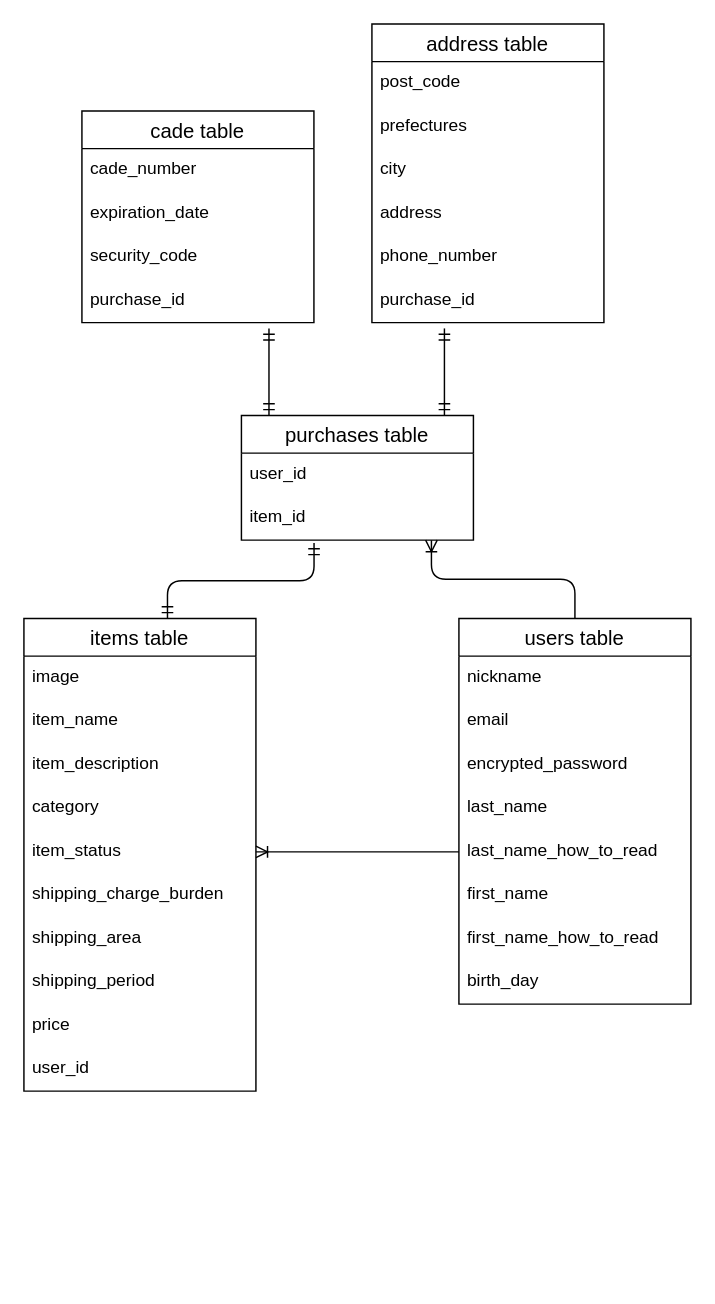
This is furima.dio from KikuchiFumiyasu/furima-34817, a draw.io file, before an edit. Source tidied: cells renumbered, new cells numbered last; positions are measured from the earlier drawing's top-left corner, leaving out a move shared by most shapes. Both pictures are drawn from the tidied source at 145%, with x=0, y=0 at pixel (23, 23).
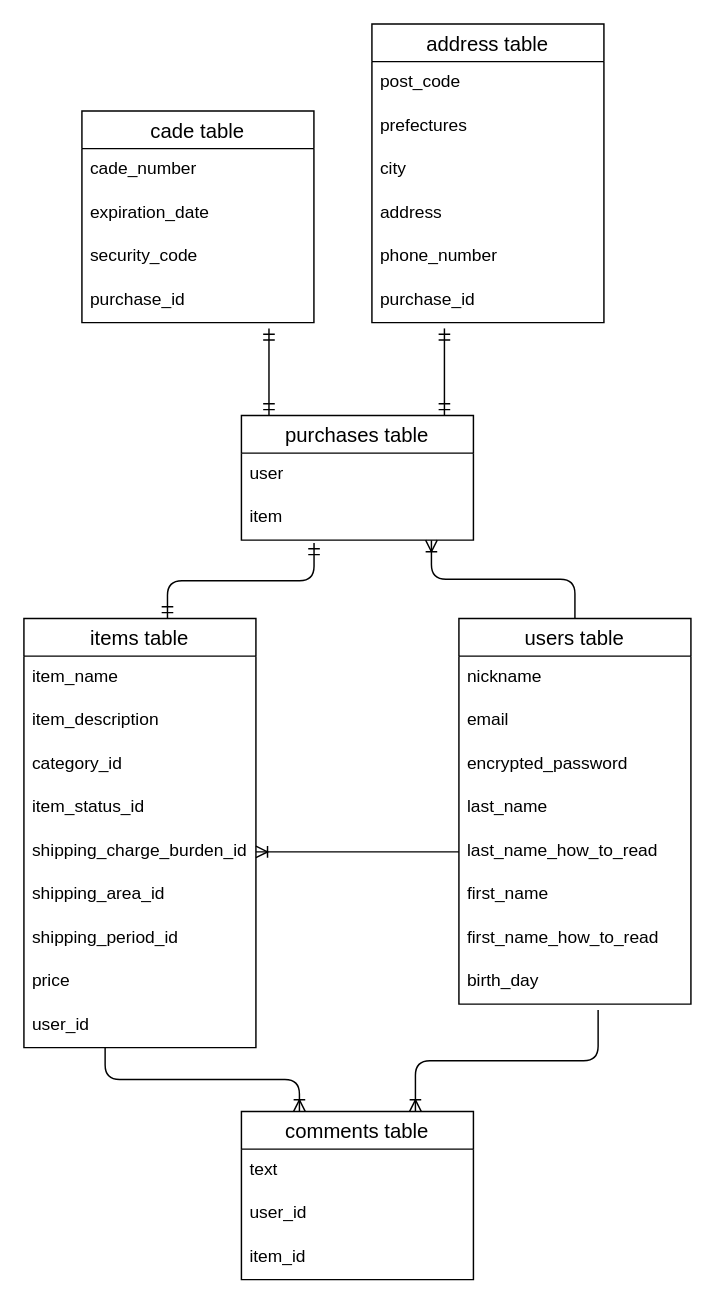
After the change.

Commit message (it also covers changes not shown here):
データベース再再修正

Unchanged cells that the change refers to:
```xml
<mxCell id="7" value="last_name_how_to_read" style="text;strokeColor=none;fillColor=none;spacingLeft=4;spacingRight=4;overflow=hidden;points=[[0,0.5],[1,0.5]];portConstraint=eastwest;fontSize=12;" parent="2" vertex="1">
  <mxGeometry y="146" width="160" height="30" as="geometry" />
</mxCell>
<mxCell id="34" value="purchases table" style="swimlane;fontStyle=0;horizontal=1;startSize=26;align=center;fontSize=14;" parent="1" vertex="1">
  <mxGeometry x="150" y="270" width="160" height="86" as="geometry" />
</mxCell>
```

The edit, as a diff of the source:
```diff
@@
     <mxCell id="11" value="items table" style="swimlane;fontStyle=0;horizontal=1;startSize=26;align=center;fontSize=14;" parent="1" vertex="1">
-      <mxGeometry y="410" width="160" height="326" as="geometry" />
+      <mxGeometry y="410" width="160" height="296" as="geometry" />
     </mxCell>
-    <mxCell id="12" value="image" style="text;strokeColor=none;fillColor=none;spacingLeft=4;spacingRight=4;overflow=hidden;fontSize=12;" parent="11" vertex="1">
-      <mxGeometry y="26" width="160" height="30" as="geometry" />
-    </mxCell>
     <mxCell id="13" value="item_name" style="text;strokeColor=none;fillColor=none;spacingLeft=4;spacingRight=4;overflow=hidden;fontSize=12;" parent="11" vertex="1">
-      <mxGeometry y="56" width="160" height="30" as="geometry" />
+      <mxGeometry y="26" width="160" height="30" as="geometry" />
     </mxCell>
     <mxCell id="14" value="item_description" style="text;strokeColor=none;fillColor=none;spacingLeft=4;spacingRight=4;overflow=hidden;fontSize=12;" parent="11" vertex="1">
-      <mxGeometry y="86" width="160" height="30" as="geometry" />
+      <mxGeometry y="56" width="160" height="30" as="geometry" />
     </mxCell>
-    <mxCell id="15" value="category" style="text;strokeColor=none;fillColor=none;spacingLeft=4;spacingRight=4;overflow=hidden;fontSize=12;" parent="11" vertex="1">
-      <mxGeometry y="116" width="160" height="30" as="geometry" />
+    <mxCell id="15" value="category_id" style="text;strokeColor=none;fillColor=none;spacingLeft=4;spacingRight=4;overflow=hidden;fontSize=12;" parent="11" vertex="1">
+      <mxGeometry y="86" width="160" height="30" as="geometry" />
     </mxCell>
-    <mxCell id="16" value="item_status" style="text;strokeColor=none;fillColor=none;spacingLeft=4;spacingRight=4;overflow=hidden;points=[[0,0.5],[1,0.5]];portConstraint=eastwest;fontSize=12;" parent="11" vertex="1">
-      <mxGeometry y="146" width="160" height="30" as="geometry" />
+    <mxCell id="16" value="item_status_id" style="text;strokeColor=none;fillColor=none;spacingLeft=4;spacingRight=4;overflow=hidden;points=[[0,0.5],[1,0.5]];portConstraint=eastwest;fontSize=12;" parent="11" vertex="1">
+      <mxGeometry y="116" width="160" height="30" as="geometry" />
     </mxCell>
-    <mxCell id="17" value="shipping_charge_burden" style="text;strokeColor=none;fillColor=none;spacingLeft=4;spacingRight=4;overflow=hidden;points=[[0,0.5],[1,0.5]];portConstraint=eastwest;fontSize=12;" parent="11" vertex="1">
-      <mxGeometry y="176" width="160" height="30" as="geometry" />
+    <mxCell id="17" value="shipping_charge_burden_id" style="text;strokeColor=none;fillColor=none;spacingLeft=4;spacingRight=4;overflow=hidden;points=[[0,0.5],[1,0.5]];portConstraint=eastwest;fontSize=12;" parent="11" vertex="1">
+      <mxGeometry y="146" width="160" height="30" as="geometry" />
     </mxCell>
-    <mxCell id="18" value="shipping_area" style="text;strokeColor=none;fillColor=none;spacingLeft=4;spacingRight=4;overflow=hidden;fontSize=12;" parent="11" vertex="1">
-      <mxGeometry y="206" width="160" height="30" as="geometry" />
+    <mxCell id="18" value="shipping_area_id" style="text;strokeColor=none;fillColor=none;spacingLeft=4;spacingRight=4;overflow=hidden;fontSize=12;" parent="11" vertex="1">
+      <mxGeometry y="176" width="160" height="30" as="geometry" />
     </mxCell>
-    <mxCell id="19" value="shipping_period" style="text;strokeColor=none;fillColor=none;spacingLeft=4;spacingRight=4;overflow=hidden;fontSize=12;" parent="11" vertex="1">
-      <mxGeometry y="236" width="160" height="30" as="geometry" />
+    <mxCell id="19" value="shipping_period_id" style="text;strokeColor=none;fillColor=none;spacingLeft=4;spacingRight=4;overflow=hidden;fontSize=12;" parent="11" vertex="1">
+      <mxGeometry y="206" width="160" height="30" as="geometry" />
     </mxCell>
     <mxCell id="20" value="price" style="text;strokeColor=none;fillColor=none;spacingLeft=4;spacingRight=4;overflow=hidden;fontSize=12;" parent="11" vertex="1">
-      <mxGeometry y="266" width="160" height="30" as="geometry" />
+      <mxGeometry y="236" width="160" height="30" as="geometry" />
     </mxCell>
     <mxCell id="21" value="user_id" style="text;strokeColor=none;fillColor=none;spacingLeft=4;spacingRight=4;overflow=hidden;fontSize=12;" parent="11" vertex="1">
-      <mxGeometry y="296" width="160" height="30" as="geometry" />
+      <mxGeometry y="266" width="160" height="30" as="geometry" />
     </mxCell>
@@
-    <mxCell id="35" value="user_id" style="text;strokeColor=none;fillColor=none;spacingLeft=4;spacingRight=4;overflow=hidden;fontSize=12;" parent="34" vertex="1">
+    <mxCell id="35" value="user" style="text;strokeColor=none;fillColor=none;spacingLeft=4;spacingRight=4;overflow=hidden;fontSize=12;" parent="34" vertex="1">
       <mxGeometry y="26" width="160" height="30" as="geometry" />
     </mxCell>
-    <mxCell id="36" value="item_id" style="text;strokeColor=none;fillColor=none;spacingLeft=4;spacingRight=4;overflow=hidden;points=[[0,0.5],[1,0.5]];portConstraint=eastwest;fontSize=12;" parent="34" vertex="1">
+    <mxCell id="36" value="item" style="text;strokeColor=none;fillColor=none;spacingLeft=4;spacingRight=4;overflow=hidden;points=[[0,0.5],[1,0.5]];portConstraint=eastwest;fontSize=12;" parent="34" vertex="1">
       <mxGeometry y="56" width="160" height="30" as="geometry" />
     </mxCell>
-    <mxCell id="37" style="fontSize=12;html=1;endArrow=ERoneToMany;exitX=0;exitY=0.5;exitDx=0;exitDy=0;entryX=1;entryY=0.5;entryDx=0;entryDy=0;" parent="1" edge="1" source="7" target="16">
+    <mxCell id="37" style="fontSize=12;html=1;endArrow=ERoneToMany;exitX=0;exitY=0.5;exitDx=0;exitDy=0;entryX=1;entryY=0.5;entryDx=0;entryDy=0;" parent="1" edge="1" source="7" target="17">
       <mxGeometry relative="1" as="geometry" />
     </mxCell>
@@
+    <mxCell id="42" value="comments table" style="swimlane;fontStyle=0;horizontal=1;startSize=26;align=center;fontSize=14;" parent="1" vertex="1">
+      <mxGeometry x="150" y="750" width="160" height="116" as="geometry" />
+    </mxCell>
+    <mxCell id="43" value="text" style="text;strokeColor=none;fillColor=none;spacingLeft=4;spacingRight=4;overflow=hidden;fontSize=12;" parent="42" vertex="1">
+      <mxGeometry y="26" width="160" height="30" as="geometry" />
+    </mxCell>
+    <mxCell id="44" value="user_id" style="text;strokeColor=none;fillColor=none;spacingLeft=4;spacingRight=4;overflow=hidden;fontSize=12;" parent="42" vertex="1">
+      <mxGeometry y="56" width="160" height="30" as="geometry" />
+    </mxCell>
+    <mxCell id="45" value="item_id" style="text;strokeColor=none;fillColor=none;spacingLeft=4;spacingRight=4;overflow=hidden;fontSize=12;" parent="42" vertex="1">
+      <mxGeometry y="86" width="160" height="30" as="geometry" />
+    </mxCell>
+    <mxCell id="46" style="edgeStyle=elbowEdgeStyle;fontSize=12;html=1;endArrow=ERoneToMany;elbow=vertical;entryX=0.25;entryY=0;entryDx=0;entryDy=0;" parent="1" edge="1" target="42">
+      <mxGeometry relative="1" as="geometry">
+        <mxPoint x="56" y="706" as="sourcePoint" />
+      </mxGeometry>
+    </mxCell>
+    <mxCell id="47" style="edgeStyle=elbowEdgeStyle;fontSize=12;html=1;endArrow=ERoneToMany;elbow=vertical;entryX=0.75;entryY=0;entryDx=0;entryDy=0;" parent="1" edge="1" target="42">
+      <mxGeometry relative="1" as="geometry">
+        <mxPoint x="396" y="680" as="sourcePoint" />
+        <Array as="points">
+          <mxPoint x="336" y="715" />
+        </Array>
+      </mxGeometry>
+    </mxCell>
```
